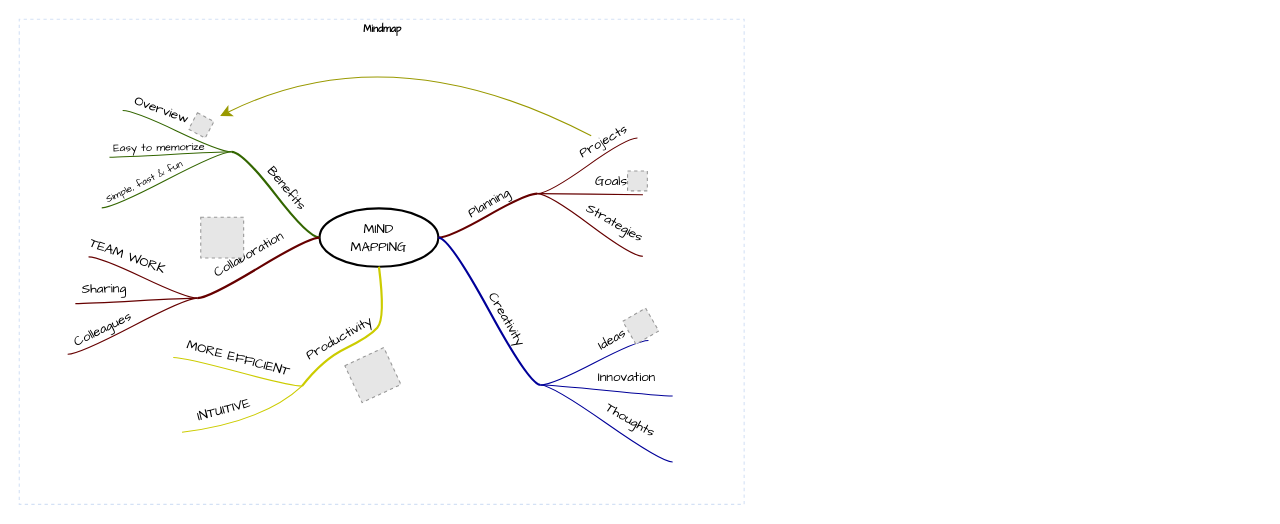
JackGuogit/DrawIO keeps this draw.io diagram as 未命名绘图.drawio. Above is the earlier version. Source tidied: cells renumbered, new cells numbered last; positions are measured from the earlier drawing's top-left corner, leaving out a move shared by most shapes. Both pictures are drawn from the tidied source at 110%, with x=0, y=0 at pixel (19, 19). Pictures stored in the file or linked from it are replaced by grey dashed boxes.
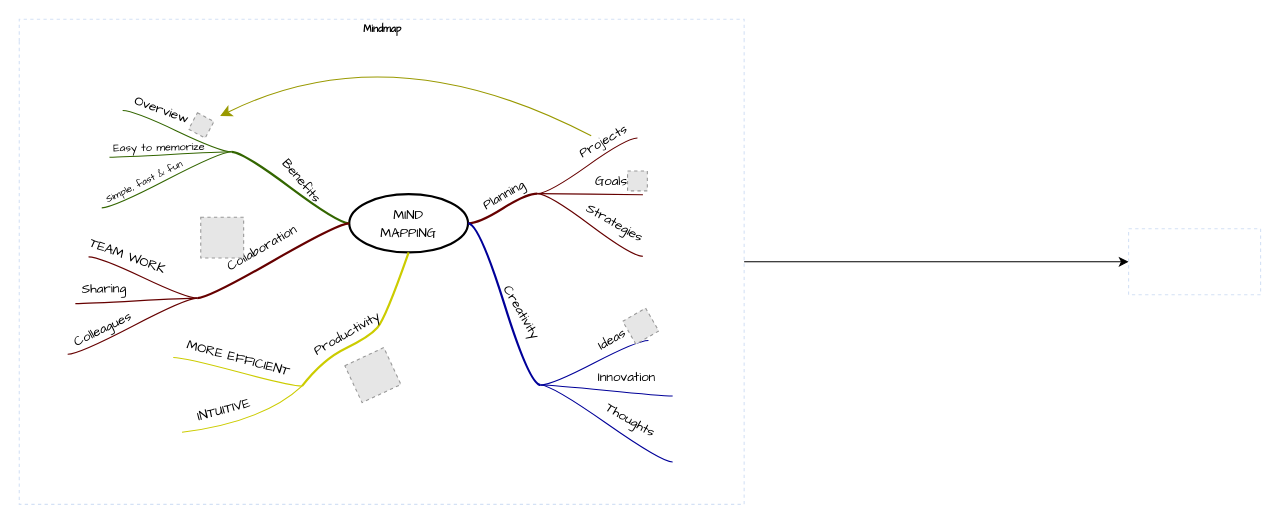
The same diagram, later.

The change refers to these unchanged cells:
```xml
<mxCell id="2" value="Mindmap" style="swimlane;html=1;startSize=20;horizontal=1;containerType=tree;labelBackgroundColor=none;strokeColor=#D4E1F5;strokeWidth=1;fillColor=none;fontFamily=Comic Sans MS;fontSize=9;swimlaneLine=0;dashed=1;" parent="1" vertex="1">
  <mxGeometry width="659" height="441" as="geometry" />
</mxCell>
```

Change to the diagram source:
```diff
@@
+    <mxCell id="72" style="edgeStyle=orthogonalEdgeStyle;rounded=0;jettySize=auto;html=1;" parent="1" edge="1" source="2" target="73">
+      <mxGeometry relative="1" as="geometry" />
+    </mxCell>
@@
     <mxCell id="3" value="&lt;font face=&quot;Comic Sans MS&quot;&gt;MIND&lt;br&gt;MAPPING&lt;/font&gt;" style="ellipse;whiteSpace=wrap;html=1;align=center;strokeWidth=2;" parent="2" vertex="1">
-      <mxGeometry x="273" y="172" width="108" height="53" as="geometry" />
+      <mxGeometry x="300" y="159" width="108" height="53" as="geometry" />
     </mxCell>
@@
+    <mxCell id="73" style="whiteSpace=wrap;html=1;fontSize=9;fontFamily=Comic Sans MS;fillColor=none;strokeColor=#D4E1F5;fontStyle=1;startSize=20;labelBackgroundColor=none;strokeWidth=1;dashed=1;" parent="1" vertex="1">
+      <mxGeometry x="1008.5" y="190.5" width="120" height="60" as="geometry" />
+    </mxCell>
```
